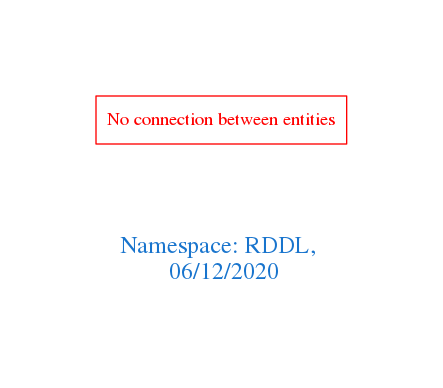
The Graphviz diagram downloads/RDDL.png in arago/OGIT, before a commit. Its source is kept beside it as downloads/RDDL.dot.
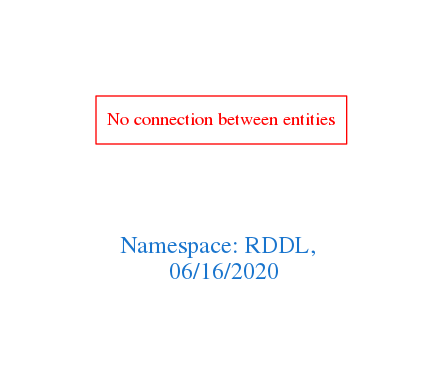
Later version of the same file.

Change to the diagram source:
```diff
@@ -1,7 +1,7 @@
 digraph OGIT_ontology {
  graph [ rankdir= LR,pad=1
 fontsize = 18,
-fontcolor= dodgerblue3,label = "\n\n\nNamespace: RDDL, \n 06/12/2020"];
+fontcolor= dodgerblue3,label = "\n\n\nNamespace: RDDL, \n 06/16/2020"];
 node[shape=polygon];
 edge [  color="gray81"];
 
```
